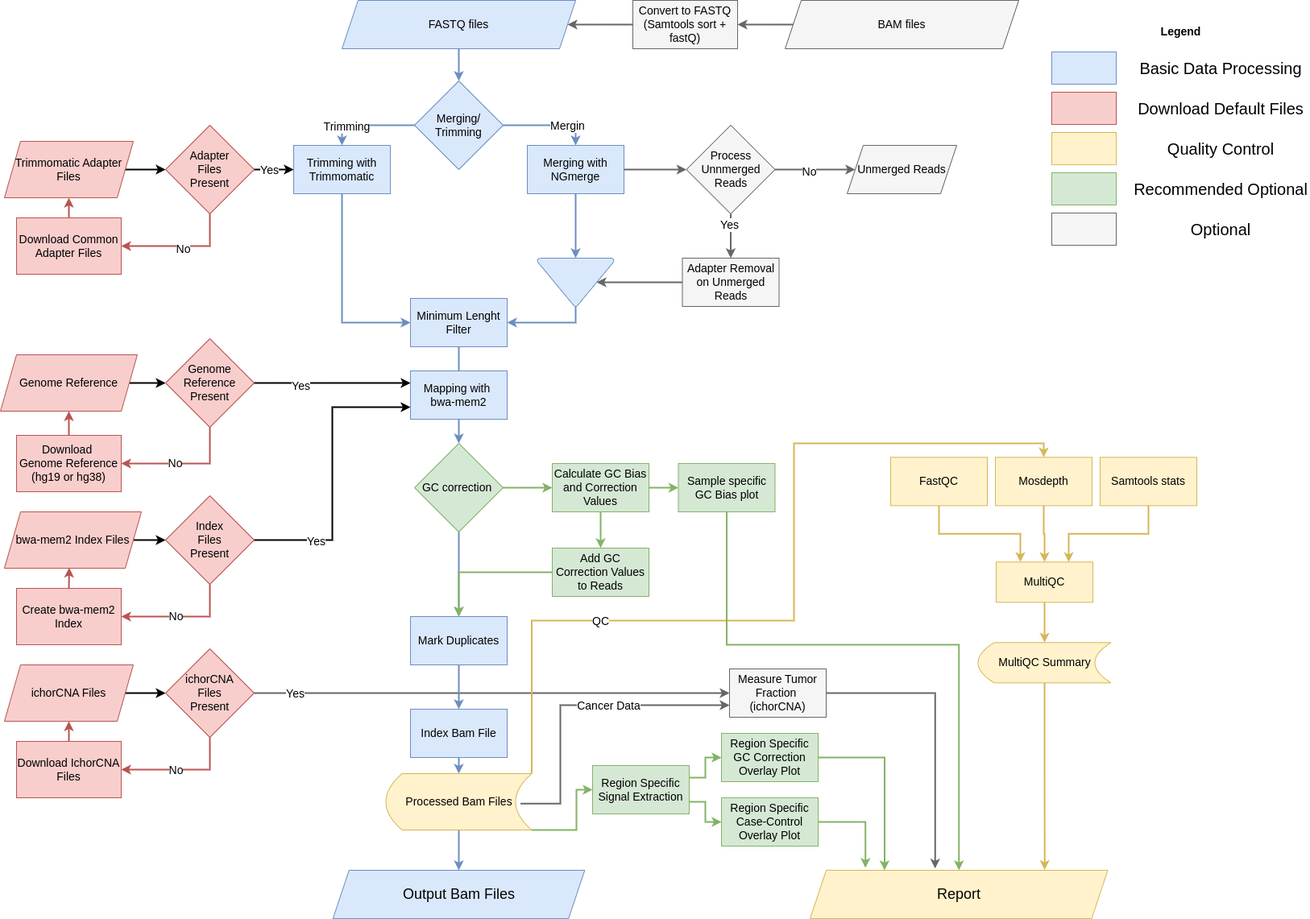
This is supplement/cfDNA_unified_preprocessing_overview.png from kircherlab/cfDNA-UniFlow, a draw.io export, as it was before one commit. Source tidied: cells renumbered, new cells last; positions are measured from the earlier drawing's top-left corner, leaving out a move shared by most shapes.
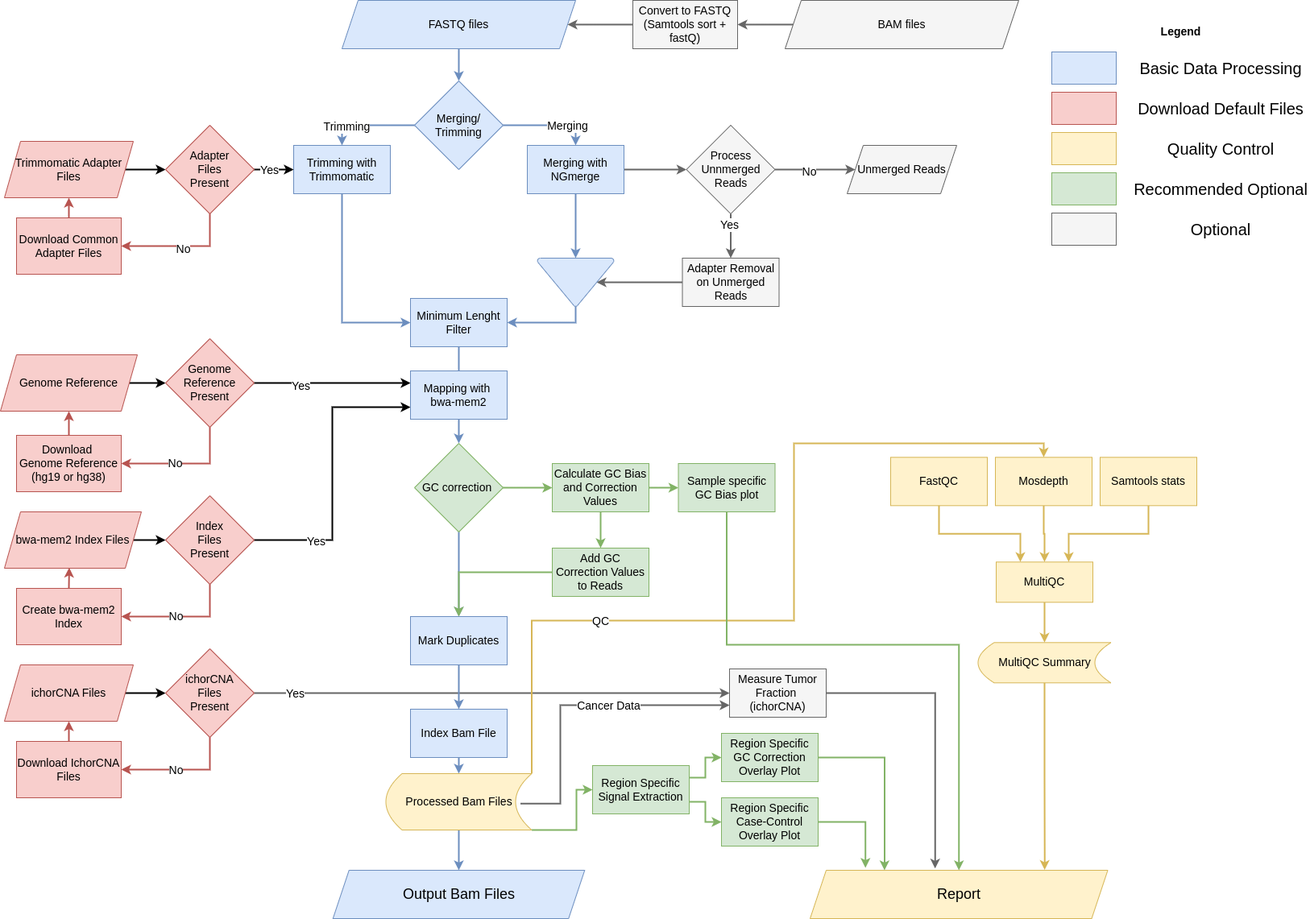
The same diagram one commit later.

Diff of the diagram source:
```diff
@@ -75,7 +75,7 @@
     <mxCell id="20" style="edgeStyle=orthogonalEdgeStyle;rounded=0;jettySize=auto;html=1;exitX=1;exitY=0.5;exitDx=0;exitDy=0;entryX=0.5;entryY=0;entryDx=0;entryDy=0;strokeWidth=2;fillColor=#dae8fc;strokeColor=#6c8ebf;fontSize=14;" parent="1" edge="1" source="24" target="29">
       <mxGeometry relative="1" as="geometry" />
     </mxCell>
-    <mxCell id="21" value="Mergin" style="edgeLabel;html=1;align=center;verticalAlign=middle;fontSize=14;" parent="20" vertex="1">
+    <mxCell id="21" value="Merging" style="edgeLabel;html=1;align=center;verticalAlign=middle;fontSize=14;" parent="20" vertex="1">
       <mxGeometry x="0.37" relative="1" as="geometry" />
     </mxCell>
     <mxCell id="22" style="edgeStyle=orthogonalEdgeStyle;rounded=0;jettySize=auto;html=1;exitX=0;exitY=0.5;exitDx=0;exitDy=0;entryX=0.5;entryY=0;entryDx=0;entryDy=0;strokeWidth=2;fillColor=#dae8fc;strokeColor=#6c8ebf;fontSize=14;" parent="1" edge="1" source="24" target="26">
```
